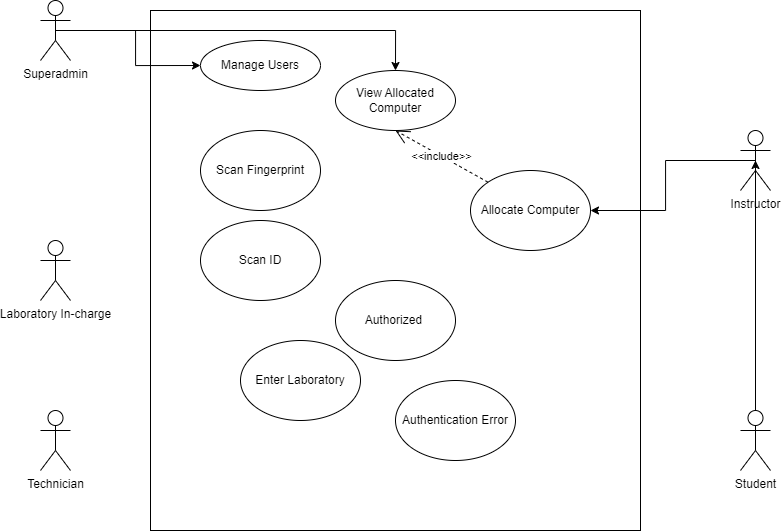
The draw.io diagram Use_Case_Diagram_Marimo.drawio.png in kaisunoo/Acads, before a commit. Source tidied: cells renumbered, new cells last; positions are measured from the earlier drawing's top-left corner, leaving out a move shared by most shapes.
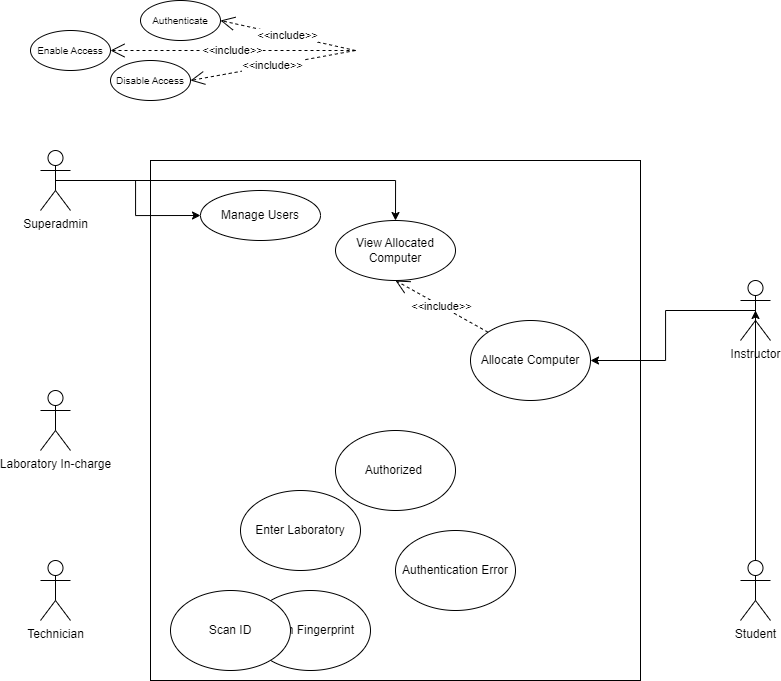
After the commit.

Change to the diagram source:
```diff
@@ -54,10 +54,34 @@
       <mxGeometry x="355" y="380" width="120" height="80" as="geometry" />
     </mxCell>
     <mxCell id="19" value="Scan Fingerprint" style="ellipse;whiteSpace=wrap;html=1;" parent="1" vertex="1">
-      <mxGeometry x="160" y="130" width="120" height="80" as="geometry" />
+      <mxGeometry x="210" y="440" width="120" height="80" as="geometry" />
     </mxCell>
     <mxCell id="20" value="Scan ID" style="ellipse;whiteSpace=wrap;html=1;" parent="1" vertex="1">
-      <mxGeometry x="160" y="220" width="120" height="80" as="geometry" />
+      <mxGeometry x="130" y="440" width="120" height="80" as="geometry" />
     </mxCell>
+    <mxCell id="21" value="&lt;font style=&quot;font-size: 10px;&quot;&gt;Enable Access&lt;/font&gt;" style="ellipse;whiteSpace=wrap;html=1;" parent="1" vertex="1">
+      <mxGeometry x="-10" y="-120" width="80" height="40" as="geometry" />
+    </mxCell>
+    <mxCell id="22" value="&lt;font style=&quot;font-size: 10px;&quot;&gt;Disable Access&lt;/font&gt;" style="ellipse;whiteSpace=wrap;html=1;" parent="1" vertex="1">
+      <mxGeometry x="70" y="-90" width="80" height="40" as="geometry" />
+    </mxCell>
+    <mxCell id="23" value="&amp;lt;&amp;lt;include&amp;gt;&amp;gt;" style="endArrow=open;endSize=12;dashed=1;html=1;rounded=0;exitX=0;exitY=0.5;exitDx=0;exitDy=0;entryX=1;entryY=0.5;entryDx=0;entryDy=0;" parent="1" edge="1" target="21">
+      <mxGeometry relative="1" as="geometry">
+        <mxPoint x="315" y="-100" as="sourcePoint" />
+      </mxGeometry>
+    </mxCell>
+    <mxCell id="24" value="&amp;lt;&amp;lt;include&amp;gt;&amp;gt;" style="endArrow=open;endSize=12;dashed=1;html=1;rounded=0;exitX=0;exitY=0.5;exitDx=0;exitDy=0;entryX=1;entryY=0.5;entryDx=0;entryDy=0;" parent="1" edge="1" target="22">
+      <mxGeometry relative="1" as="geometry">
+        <mxPoint x="315" y="-100" as="sourcePoint" />
+      </mxGeometry>
+    </mxCell>
+    <mxCell id="25" value="&lt;font style=&quot;font-size: 10px;&quot;&gt;Authenticate&lt;/font&gt;" style="ellipse;whiteSpace=wrap;html=1;" parent="1" vertex="1">
+      <mxGeometry x="100" y="-150" width="80" height="40" as="geometry" />
+    </mxCell>
+    <mxCell id="26" value="&amp;lt;&amp;lt;include&amp;gt;&amp;gt;" style="endArrow=open;endSize=12;dashed=1;html=1;rounded=0;exitX=0;exitY=0.5;exitDx=0;exitDy=0;entryX=1;entryY=0.5;entryDx=0;entryDy=0;" parent="1" edge="1" target="25">
+      <mxGeometry relative="1" as="geometry">
+        <mxPoint x="315" y="-100" as="sourcePoint" />
+      </mxGeometry>
+    </mxCell>
   </root>
 </mxGraphModel>
```
